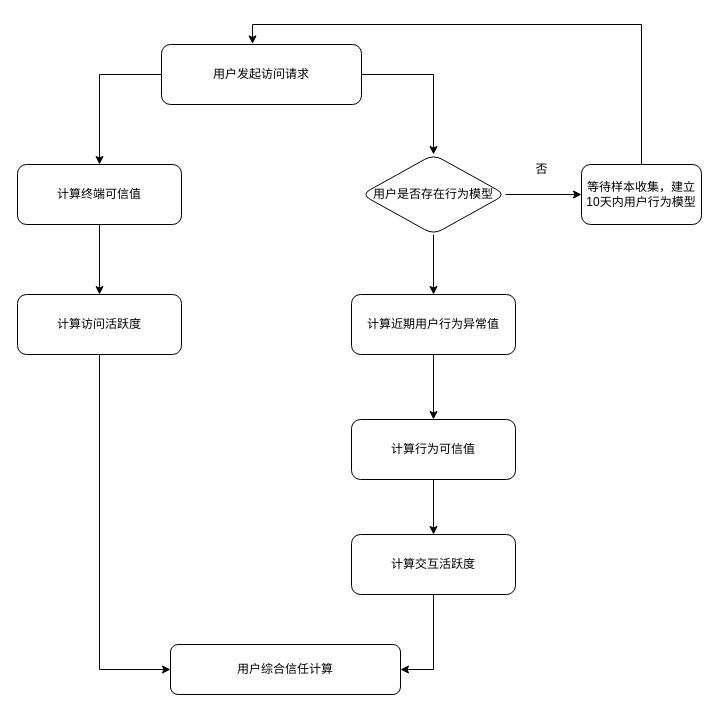
Moose1273/- keeps this draw.io diagram as testDirectory/终端综合信任度量流程.drawio. Above is the earlier version. Source tidied: cells renumbered, new cells numbered last; positions are measured from the earlier drawing's top-left corner, leaving out a move shared by most shapes. Both pictures are drawn from the tidied source at 100%, with x=0, y=0 at pixel (17, 24).
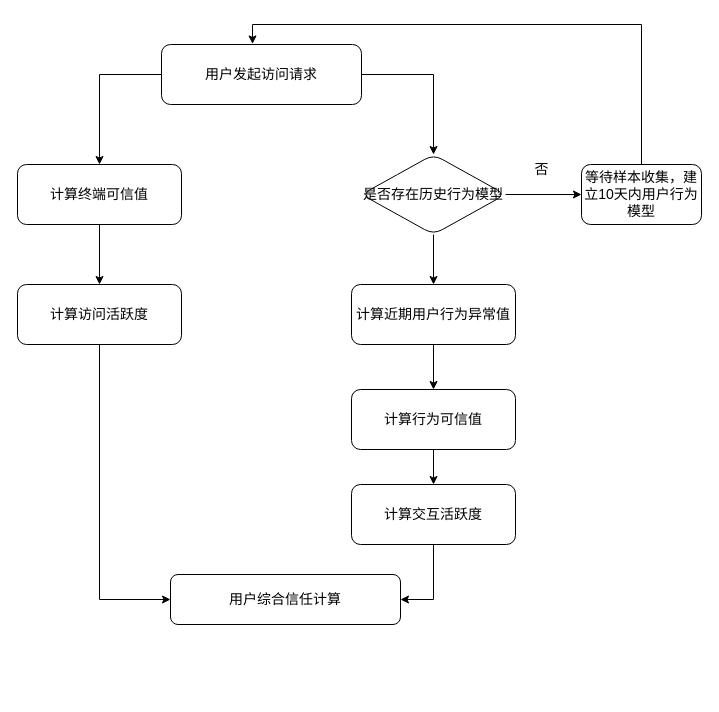
The same page after the edit.

Commit message (it also covers changes not shown here):
更新终端综合信任度量流程.drawio

The edit, as a diff of the source:
```diff
@@
-    <mxCell id="2" style="edgeStyle=orthogonalEdgeStyle;rounded=0;jettySize=auto;html=1;entryX=0.5;entryY=0;entryDx=0;entryDy=0;" parent="1" edge="1" source="4" target="6">
+    <mxCell id="2" style="edgeStyle=orthogonalEdgeStyle;rounded=0;jettySize=auto;html=1;entryX=0.5;entryY=0;entryDx=0;entryDy=0;fontSize=14;" parent="1" edge="1" source="4" target="6">
       <mxGeometry relative="1" as="geometry">
         <Array as="points">
           <mxPoint x="82" y="50" />
         </Array>
       </mxGeometry>
     </mxCell>
-    <mxCell id="3" style="edgeStyle=orthogonalEdgeStyle;rounded=0;jettySize=auto;html=1;" parent="1" edge="1" source="4" target="11">
+    <mxCell id="3" style="edgeStyle=orthogonalEdgeStyle;rounded=0;jettySize=auto;html=1;fontSize=14;" parent="1" edge="1" source="4" target="11">
       <mxGeometry relative="1" as="geometry">
         <Array as="points">
           <mxPoint x="416" y="50" />
         </Array>
       </mxGeometry>
     </mxCell>
-    <mxCell id="4" value="用户发起访问请求" style="rounded=1;whiteSpace=wrap;html=1;" parent="1" vertex="1">
+    <mxCell id="4" value="用户发起访问请求" style="rounded=1;whiteSpace=wrap;html=1;fontSize=14;" parent="1" vertex="1">
       <mxGeometry x="144" y="20" width="200" height="60" as="geometry" />
     </mxCell>
-    <mxCell id="5" style="edgeStyle=orthogonalEdgeStyle;rounded=0;jettySize=auto;html=1;" parent="1" edge="1" source="6" target="17">
+    <mxCell id="5" style="edgeStyle=orthogonalEdgeStyle;rounded=0;jettySize=auto;html=1;fontSize=14;" parent="1" edge="1" source="6" target="17">
       <mxGeometry relative="1" as="geometry" />
     </mxCell>
-    <mxCell id="6" value="计算终端可信值" style="rounded=1;whiteSpace=wrap;html=1;" parent="1" vertex="1">
+    <mxCell id="6" value="计算终端可信值" style="rounded=1;whiteSpace=wrap;html=1;fontSize=14;" parent="1" vertex="1">
       <mxGeometry y="140" width="164" height="60" as="geometry" />
     </mxCell>
-    <mxCell id="7" style="edgeStyle=orthogonalEdgeStyle;rounded=0;jettySize=auto;html=1;" parent="1" edge="1" source="8" target="15">
+    <mxCell id="7" style="edgeStyle=orthogonalEdgeStyle;rounded=0;jettySize=auto;html=1;fontSize=14;" parent="1" edge="1" source="8" target="15">
       <mxGeometry relative="1" as="geometry" />
     </mxCell>
-    <mxCell id="8" value="计算近期用户行为异常值" style="rounded=1;whiteSpace=wrap;html=1;" parent="1" vertex="1">
-      <mxGeometry x="334" y="270" width="164" height="60" as="geometry" />
+    <mxCell id="8" value="计算近期用户行为异常值" style="rounded=1;whiteSpace=wrap;html=1;fontSize=14;" parent="1" vertex="1">
+      <mxGeometry x="334" y="260" width="164" height="60" as="geometry" />
     </mxCell>
-    <mxCell id="9" style="edgeStyle=orthogonalEdgeStyle;rounded=0;jettySize=auto;html=1;" parent="1" edge="1" source="11" target="12">
+    <mxCell id="9" style="edgeStyle=orthogonalEdgeStyle;rounded=0;jettySize=auto;html=1;fontSize=14;" parent="1" edge="1" source="11" target="12">
       <mxGeometry relative="1" as="geometry" />
     </mxCell>
-    <mxCell id="10" style="edgeStyle=orthogonalEdgeStyle;rounded=0;jettySize=auto;html=1;" parent="1" edge="1" source="11" target="8">
+    <mxCell id="10" style="edgeStyle=orthogonalEdgeStyle;rounded=0;jettySize=auto;html=1;fontSize=14;" parent="1" edge="1" source="11" target="8">
       <mxGeometry relative="1" as="geometry" />
     </mxCell>
-    <mxCell id="11" value="用户是否存在行为模型" style="rhombus;whiteSpace=wrap;html=1;rounded=1;" parent="1" vertex="1">
+    <mxCell id="11" value="是否存在历史行为模型" style="rhombus;whiteSpace=wrap;html=1;rounded=1;fontSize=14;" parent="1" vertex="1">
       <mxGeometry x="344" y="130" width="144" height="80" as="geometry" />
     </mxCell>
-    <mxCell id="12" value="等待样本收集，建立10天内用户行为模型" style="whiteSpace=wrap;html=1;rounded=1;" parent="1" vertex="1">
+    <mxCell id="12" value="等待样本收集，建立10天内用户行为模型" style="whiteSpace=wrap;html=1;rounded=1;fontSize=14;" parent="1" vertex="1">
       <mxGeometry x="564" y="140" width="120" height="60" as="geometry" />
     </mxCell>
-    <mxCell id="13" value="否" style="text;html=1;align=center;verticalAlign=middle;strokeColor=none;fillColor=none;" parent="1" vertex="1">
+    <mxCell id="13" value="否" style="text;html=1;align=center;verticalAlign=middle;strokeColor=none;fillColor=none;fontSize=14;" parent="1" vertex="1">
       <mxGeometry x="504" y="130" width="40" height="30" as="geometry" />
     </mxCell>
-    <mxCell id="14" style="edgeStyle=orthogonalEdgeStyle;rounded=0;jettySize=auto;html=1;" parent="1" edge="1" source="15" target="19">
+    <mxCell id="14" style="edgeStyle=orthogonalEdgeStyle;rounded=0;jettySize=auto;html=1;fontSize=14;" parent="1" edge="1" source="15" target="19">
       <mxGeometry relative="1" as="geometry" />
     </mxCell>
-    <mxCell id="15" value="计算行为可信值" style="rounded=1;whiteSpace=wrap;html=1;" parent="1" vertex="1">
-      <mxGeometry x="334" y="395" width="164" height="60" as="geometry" />
+    <mxCell id="15" value="计算行为可信值" style="rounded=1;whiteSpace=wrap;html=1;fontSize=14;" parent="1" vertex="1">
+      <mxGeometry x="334" y="365" width="164" height="60" as="geometry" />
     </mxCell>
-    <mxCell id="16" style="edgeStyle=orthogonalEdgeStyle;rounded=0;jettySize=auto;html=1;entryX=0;entryY=0.5;entryDx=0;entryDy=0;" parent="1" edge="1" source="17" target="21">
+    <mxCell id="16" style="edgeStyle=orthogonalEdgeStyle;rounded=0;jettySize=auto;html=1;entryX=0;entryY=0.5;entryDx=0;entryDy=0;fontSize=14;" parent="1" edge="1" source="17" target="21">
       <mxGeometry relative="1" as="geometry" />
     </mxCell>
-    <mxCell id="17" value="计算访问活跃度" style="rounded=1;whiteSpace=wrap;html=1;" parent="1" vertex="1">
-      <mxGeometry y="270" width="164" height="60" as="geometry" />
+    <mxCell id="17" value="计算访问活跃度" style="rounded=1;whiteSpace=wrap;html=1;fontSize=14;" parent="1" vertex="1">
+      <mxGeometry y="260" width="164" height="60" as="geometry" />
     </mxCell>
-    <mxCell id="18" style="edgeStyle=orthogonalEdgeStyle;rounded=0;jettySize=auto;html=1;entryX=1;entryY=0.5;entryDx=0;entryDy=0;" parent="1" edge="1" source="19" target="21">
+    <mxCell id="18" style="edgeStyle=orthogonalEdgeStyle;rounded=0;jettySize=auto;html=1;entryX=1;entryY=0.5;entryDx=0;entryDy=0;fontSize=14;" parent="1" edge="1" source="19" target="21">
       <mxGeometry relative="1" as="geometry" />
     </mxCell>
-    <mxCell id="19" value="计算交互活跃度" style="rounded=1;whiteSpace=wrap;html=1;" parent="1" vertex="1">
-      <mxGeometry x="334" y="510" width="164" height="60" as="geometry" />
+    <mxCell id="19" value="计算交互活跃度" style="rounded=1;whiteSpace=wrap;html=1;fontSize=14;" parent="1" vertex="1">
+      <mxGeometry x="334" y="460" width="164" height="60" as="geometry" />
     </mxCell>
-    <mxCell id="20" style="edgeStyle=orthogonalEdgeStyle;rounded=0;jettySize=auto;html=1;entryX=0.455;entryY=-0.009;entryDx=0;entryDy=0;entryPerimeter=0;" parent="1" edge="1" source="12" target="4">
+    <mxCell id="20" style="edgeStyle=orthogonalEdgeStyle;rounded=0;jettySize=auto;html=1;entryX=0.455;entryY=-0.009;entryDx=0;entryDy=0;entryPerimeter=0;fontSize=14;" parent="1" edge="1" source="12" target="4">
       <mxGeometry relative="1" as="geometry">
         <Array as="points">
           <mxPoint x="624" />
           <mxPoint x="235" />
         </Array>
       </mxGeometry>
     </mxCell>
-    <mxCell id="21" value="用户综合信任计算" style="rounded=1;whiteSpace=wrap;html=1;" parent="1" vertex="1">
-      <mxGeometry x="153" y="620" width="230" height="50" as="geometry" />
+    <mxCell id="21" value="用户综合信任计算" style="rounded=1;whiteSpace=wrap;html=1;fontSize=14;" parent="1" vertex="1">
+      <mxGeometry x="153" y="550" width="230" height="50" as="geometry" />
     </mxCell>
```
